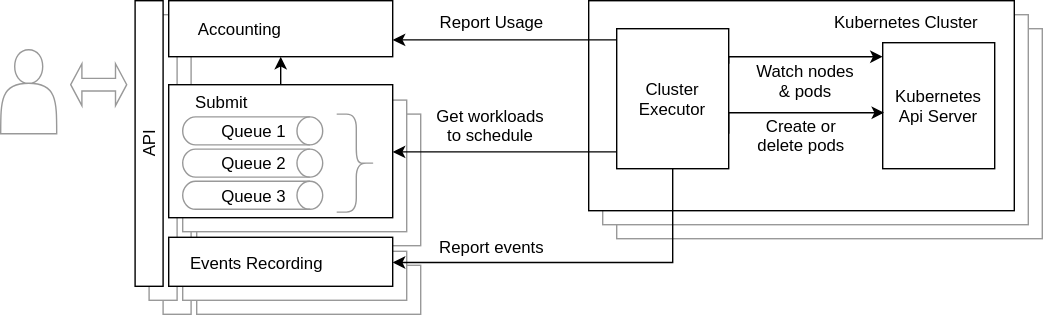
Above: docs/batch-api.svg in armadaproject/armada (draw.io), before the change. Source tidied: cells renumbered, new cells last; positions are measured from the earlier drawing's top-left corner, leaving out a move shared by most shapes. The source it was exported from:
```xml
<mxGraphModel>
  <root>
    <mxCell id="0" />
    <mxCell id="1" parent="0" />
    <mxCell id="2" style="rounded=0;whiteSpace=wrap;html=1;rotation=-90;strokeColor=#999999;" parent="1" vertex="1">
      <mxGeometry x="24" y="112" width="204" height="20" as="geometry" />
    </mxCell>
    <mxCell id="3" style="rounded=0;whiteSpace=wrap;html=1;rotation=-90;strokeColor=#999999;" parent="1" vertex="1">
      <mxGeometry x="14" y="102" width="204" height="20" as="geometry" />
    </mxCell>
    <mxCell id="4" style="rounded=0;whiteSpace=wrap;html=1;strokeColor=#999999;" parent="1" vertex="1">
      <mxGeometry x="140" y="189" width="160" height="35" as="geometry" />
    </mxCell>
    <mxCell id="5" style="rounded=0;whiteSpace=wrap;html=1;strokeColor=#999999;" parent="1" vertex="1">
      <mxGeometry x="130" y="179" width="160" height="35" as="geometry" />
    </mxCell>
    <mxCell id="6" style="rounded=0;whiteSpace=wrap;html=1;strokeColor=#999999;" parent="1" vertex="1">
      <mxGeometry x="140" y="81" width="160" height="94" as="geometry" />
    </mxCell>
    <mxCell id="7" style="rounded=0;whiteSpace=wrap;html=1;strokeColor=#999999;" parent="1" vertex="1">
      <mxGeometry x="130" y="71" width="160" height="94" as="geometry" />
    </mxCell>
    <mxCell id="8" style="rounded=0;whiteSpace=wrap;html=1;" parent="1" vertex="1">
      <mxGeometry x="120" width="160" height="40" as="geometry" />
    </mxCell>
    <mxCell id="9" style="rounded=0;whiteSpace=wrap;html=1;strokeColor=#999999;" parent="1" vertex="1">
      <mxGeometry x="440" y="20" width="304" height="150" as="geometry" />
    </mxCell>
    <mxCell id="10" style="rounded=0;whiteSpace=wrap;html=1;strokeColor=#999999;" parent="1" vertex="1">
      <mxGeometry x="430" y="10" width="304" height="150" as="geometry" />
    </mxCell>
    <mxCell id="11" style="rounded=0;whiteSpace=wrap;html=1;" parent="1" vertex="1">
      <mxGeometry x="420" width="304" height="150" as="geometry" />
    </mxCell>
    <mxCell id="12" style="edgeStyle=orthogonalEdgeStyle;rounded=0;jettySize=auto;html=1;exitX=0.5;exitY=0;exitDx=0;exitDy=0;entryX=0.5;entryY=1;entryDx=0;entryDy=0;" parent="1" edge="1" source="13" target="8">
      <mxGeometry relative="1" as="geometry" />
    </mxCell>
    <mxCell id="13" style="rounded=0;whiteSpace=wrap;html=1;" parent="1" vertex="1">
      <mxGeometry x="120" y="60" width="160" height="95" as="geometry" />
    </mxCell>
    <mxCell id="14" value="Submit" style="text;html=1;strokeColor=none;fillColor=none;align=center;verticalAlign=middle;whiteSpace=wrap;rounded=0;" parent="1" vertex="1">
      <mxGeometry x="128" y="62" width="60" height="20" as="geometry" />
    </mxCell>
    <mxCell id="15" value="Kubernetes Api Server" style="rounded=0;whiteSpace=wrap;html=1;" parent="1" vertex="1">
      <mxGeometry x="630" y="30" width="80" height="90" as="geometry" />
    </mxCell>
    <mxCell id="16" style="edgeStyle=orthogonalEdgeStyle;rounded=0;jettySize=auto;html=1;exitX=1;exitY=0.75;exitDx=0;exitDy=0;" parent="1" edge="1" source="32">
      <mxGeometry relative="1" as="geometry">
        <mxPoint x="631" y="80" as="targetPoint" />
        <Array as="points">
          <mxPoint x="520" y="80" />
        </Array>
      </mxGeometry>
    </mxCell>
    <mxCell id="17" value="Kubernetes Cluster" style="text;html=1;strokeColor=none;fillColor=none;align=center;verticalAlign=middle;whiteSpace=wrap;rounded=0;" parent="1" vertex="1">
      <mxGeometry x="582" y="5" width="128" height="20" as="geometry" />
    </mxCell>
    <mxCell id="18" value="Queue 1" style="strokeWidth=1;html=1;shape=mxgraph.flowchart.direct_data;whiteSpace=wrap;strokeColor=#999999;" parent="1" vertex="1">
      <mxGeometry x="130" y="83" width="100" height="20" as="geometry" />
    </mxCell>
    <mxCell id="19" value="Queue 2" style="strokeWidth=1;html=1;shape=mxgraph.flowchart.direct_data;whiteSpace=wrap;strokeColor=#999999;" parent="1" vertex="1">
      <mxGeometry x="130" y="106" width="100" height="20" as="geometry" />
    </mxCell>
    <mxCell id="20" value="Queue 3" style="strokeWidth=1;html=1;shape=mxgraph.flowchart.direct_data;whiteSpace=wrap;strokeColor=#999999;" parent="1" vertex="1">
      <mxGeometry x="130" y="129" width="100" height="20" as="geometry" />
    </mxCell>
    <mxCell id="21" style="shape=curlyBracket;whiteSpace=wrap;html=1;rounded=1;strokeColor=#999999;strokeWidth=1;rotation=180;" parent="1" vertex="1">
      <mxGeometry x="240" y="81" width="28" height="70" as="geometry" />
    </mxCell>
    <mxCell id="22" value="Accounting" style="text;html=1;strokeColor=none;fillColor=none;align=center;verticalAlign=middle;whiteSpace=wrap;rounded=0;" parent="1" vertex="1">
      <mxGeometry x="131" y="10" width="80" height="20" as="geometry" />
    </mxCell>
    <mxCell id="23" value="Watch nodes &amp;amp; pods" style="text;html=1;strokeColor=none;fillColor=none;align=center;verticalAlign=middle;whiteSpace=wrap;rounded=0;" parent="1" vertex="1">
      <mxGeometry x="535" y="46.5" width="80" height="20" as="geometry" />
    </mxCell>
    <mxCell id="24" value="Create or delete pods" style="text;html=1;strokeColor=none;fillColor=none;align=center;verticalAlign=middle;whiteSpace=wrap;rounded=0;" parent="1" vertex="1">
      <mxGeometry x="532" y="85" width="80" height="22" as="geometry" />
    </mxCell>
    <mxCell id="25" value="Get workloads to schedule" style="text;html=1;strokeColor=none;fillColor=none;align=center;verticalAlign=middle;whiteSpace=wrap;rounded=0;" parent="1" vertex="1">
      <mxGeometry x="310" y="82.5" width="80" height="13" as="geometry" />
    </mxCell>
    <mxCell id="26" style="shape=actor;whiteSpace=wrap;html=1;strokeColor=#999999;strokeWidth=1;" parent="1" vertex="1">
      <mxGeometry y="35" width="40" height="60" as="geometry" />
    </mxCell>
    <mxCell id="27" style="shape=doubleArrow;whiteSpace=wrap;html=1;strokeColor=#999999;strokeWidth=1;" parent="1" vertex="1">
      <mxGeometry x="50" y="45" width="40" height="30" as="geometry" />
    </mxCell>
    <mxCell id="28" style="edgeStyle=orthogonalEdgeStyle;rounded=0;jettySize=auto;html=1;exitX=0;exitY=0.75;exitDx=0;exitDy=0;" parent="1" edge="1" source="32" target="13">
      <mxGeometry relative="1" as="geometry">
        <Array as="points">
          <mxPoint x="440" y="108" />
        </Array>
      </mxGeometry>
    </mxCell>
    <mxCell id="29" style="edgeStyle=orthogonalEdgeStyle;rounded=0;jettySize=auto;html=1;exitX=0.5;exitY=1;exitDx=0;exitDy=0;entryX=1;entryY=0.5;entryDx=0;entryDy=0;" parent="1" edge="1" source="32" target="34">
      <mxGeometry relative="1" as="geometry" />
    </mxCell>
    <mxCell id="30" style="edgeStyle=orthogonalEdgeStyle;rounded=0;jettySize=auto;html=1;exitX=0;exitY=0.25;exitDx=0;exitDy=0;" parent="1" edge="1" source="32">
      <mxGeometry relative="1" as="geometry">
        <mxPoint x="280" y="28" as="targetPoint" />
        <Array as="points">
          <mxPoint x="440" y="28" />
          <mxPoint x="280" y="28" />
        </Array>
      </mxGeometry>
    </mxCell>
    <mxCell id="31" style="edgeStyle=orthogonalEdgeStyle;rounded=0;jettySize=auto;html=1;exitX=1;exitY=0.25;exitDx=0;exitDy=0;" parent="1" edge="1" source="32">
      <mxGeometry relative="1" as="geometry">
        <mxPoint x="630" y="40" as="targetPoint" />
        <Array as="points">
          <mxPoint x="520" y="40" />
          <mxPoint x="630" y="40" />
        </Array>
      </mxGeometry>
    </mxCell>
    <mxCell id="32" value="Cluster Executor" style="rounded=0;whiteSpace=wrap;html=1;" parent="1" vertex="1">
      <mxGeometry x="440" y="20" width="80" height="100" as="geometry" />
    </mxCell>
    <mxCell id="33" value="API" style="rounded=0;whiteSpace=wrap;html=1;rotation=-90;" parent="1" vertex="1">
      <mxGeometry x="4" y="92" width="204" height="20" as="geometry" />
    </mxCell>
    <mxCell id="34" style="rounded=0;whiteSpace=wrap;html=1;" parent="1" vertex="1">
      <mxGeometry x="120" y="169" width="160" height="35" as="geometry" />
    </mxCell>
    <mxCell id="35" value="Report events" style="text;html=1;strokeColor=none;fillColor=none;align=center;verticalAlign=middle;whiteSpace=wrap;rounded=0;" parent="1" vertex="1">
      <mxGeometry x="310" y="169.5" width="80" height="13" as="geometry" />
    </mxCell>
    <mxCell id="36" value="Events Recording&lt;br&gt;" style="text;html=1;strokeColor=none;fillColor=none;align=center;verticalAlign=middle;whiteSpace=wrap;rounded=0;" parent="1" vertex="1">
      <mxGeometry x="124" y="177" width="116" height="20" as="geometry" />
    </mxCell>
    <mxCell id="37" value="Report Usage" style="text;html=1;strokeColor=none;fillColor=none;align=center;verticalAlign=middle;whiteSpace=wrap;rounded=0;" parent="1" vertex="1">
      <mxGeometry x="310" y="8" width="80" height="13" as="geometry" />
    </mxCell>
  </root>
</mxGraphModel>
```
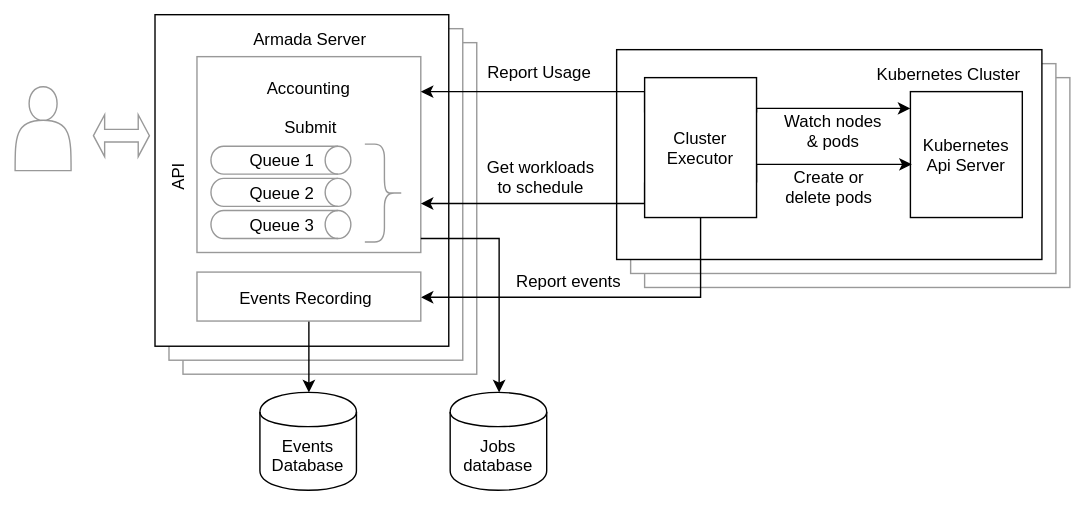
Above is the later version.

Change to the diagram source:
```diff
@@ -2,93 +2,78 @@
   <root>
     <mxCell id="0" />
     <mxCell id="1" parent="0" />
-    <mxCell id="2" style="rounded=0;whiteSpace=wrap;html=1;rotation=-90;strokeColor=#999999;" parent="1" vertex="1">
-      <mxGeometry x="24" y="112" width="204" height="20" as="geometry" />
-    </mxCell>
-    <mxCell id="3" style="rounded=0;whiteSpace=wrap;html=1;rotation=-90;strokeColor=#999999;" parent="1" vertex="1">
-      <mxGeometry x="14" y="102" width="204" height="20" as="geometry" />
-    </mxCell>
-    <mxCell id="4" style="rounded=0;whiteSpace=wrap;html=1;strokeColor=#999999;" parent="1" vertex="1">
-      <mxGeometry x="140" y="189" width="160" height="35" as="geometry" />
-    </mxCell>
-    <mxCell id="5" style="rounded=0;whiteSpace=wrap;html=1;strokeColor=#999999;" parent="1" vertex="1">
-      <mxGeometry x="130" y="179" width="160" height="35" as="geometry" />
-    </mxCell>
-    <mxCell id="6" style="rounded=0;whiteSpace=wrap;html=1;strokeColor=#999999;" parent="1" vertex="1">
-      <mxGeometry x="140" y="81" width="160" height="94" as="geometry" />
-    </mxCell>
-    <mxCell id="7" style="rounded=0;whiteSpace=wrap;html=1;strokeColor=#999999;" parent="1" vertex="1">
-      <mxGeometry x="130" y="71" width="160" height="94" as="geometry" />
-    </mxCell>
-    <mxCell id="8" style="rounded=0;whiteSpace=wrap;html=1;" parent="1" vertex="1">
-      <mxGeometry x="120" width="160" height="40" as="geometry" />
-    </mxCell>
+    <mxCell id="38" style="rounded=0;whiteSpace=wrap;html=1;strokeColor=#999999;" parent="1" vertex="1">
+      <mxGeometry x="100" y="80" width="210" height="237" as="geometry" />
+    </mxCell>
+    <mxCell id="39" style="rounded=0;whiteSpace=wrap;html=1;strokeColor=#999999;" parent="1" vertex="1">
+      <mxGeometry x="90" y="70" width="210" height="237" as="geometry" />
+    </mxCell>
+    <mxCell id="40" style="rounded=0;whiteSpace=wrap;html=1;" parent="1" vertex="1">
+      <mxGeometry x="80" y="60" width="210" height="237" as="geometry" />
+    </mxCell>
     <mxCell id="9" style="rounded=0;whiteSpace=wrap;html=1;strokeColor=#999999;" parent="1" vertex="1">
-      <mxGeometry x="440" y="20" width="304" height="150" as="geometry" />
+      <mxGeometry x="430" y="105" width="304" height="150" as="geometry" />
     </mxCell>
     <mxCell id="10" style="rounded=0;whiteSpace=wrap;html=1;strokeColor=#999999;" parent="1" vertex="1">
-      <mxGeometry x="430" y="10" width="304" height="150" as="geometry" />
+      <mxGeometry x="420" y="95" width="304" height="150" as="geometry" />
     </mxCell>
     <mxCell id="11" style="rounded=0;whiteSpace=wrap;html=1;" parent="1" vertex="1">
-      <mxGeometry x="420" width="304" height="150" as="geometry" />
+      <mxGeometry x="410" y="85" width="304" height="150" as="geometry" />
     </mxCell>
-    <mxCell id="12" style="edgeStyle=orthogonalEdgeStyle;rounded=0;jettySize=auto;html=1;exitX=0.5;exitY=0;exitDx=0;exitDy=0;entryX=0.5;entryY=1;entryDx=0;entryDy=0;" parent="1" edge="1" source="13" target="8">
-      <mxGeometry relative="1" as="geometry" />
-    </mxCell>
-    <mxCell id="13" style="rounded=0;whiteSpace=wrap;html=1;" parent="1" vertex="1">
-      <mxGeometry x="120" y="60" width="160" height="95" as="geometry" />
+    <mxCell id="13" style="rounded=0;whiteSpace=wrap;html=1;strokeColor=#999;" parent="1" vertex="1">
+      <mxGeometry x="110" y="90" width="160" height="140" as="geometry" />
     </mxCell>
-    <mxCell id="14" value="Submit" style="text;html=1;strokeColor=none;fillColor=none;align=center;verticalAlign=middle;whiteSpace=wrap;rounded=0;" parent="1" vertex="1">
-      <mxGeometry x="128" y="62" width="60" height="20" as="geometry" />
+    <mxCell id="14" value="Submit" style="text;html=1;strokeColor=none;fillColor=none;align=center;verticalAlign=middle;whiteSpace=wrap;rounded=0;direction=south;" parent="1" vertex="1">
+      <mxGeometry x="157.5" y="109.5" width="65" height="60" as="geometry" />
     </mxCell>
     <mxCell id="15" value="Kubernetes Api Server" style="rounded=0;whiteSpace=wrap;html=1;" parent="1" vertex="1">
-      <mxGeometry x="630" y="30" width="80" height="90" as="geometry" />
+      <mxGeometry x="620" y="115" width="80" height="90" as="geometry" />
     </mxCell>
     <mxCell id="16" style="edgeStyle=orthogonalEdgeStyle;rounded=0;jettySize=auto;html=1;exitX=1;exitY=0.75;exitDx=0;exitDy=0;" parent="1" edge="1" source="32">
       <mxGeometry relative="1" as="geometry">
-        <mxPoint x="631" y="80" as="targetPoint" />
+        <mxPoint x="621" y="166.5" as="targetPoint" />
         <Array as="points">
-          <mxPoint x="520" y="80" />
+          <mxPoint x="510" y="166.5" />
         </Array>
       </mxGeometry>
     </mxCell>
-    <mxCell id="17" value="Kubernetes Cluster" style="text;html=1;strokeColor=none;fillColor=none;align=center;verticalAlign=middle;whiteSpace=wrap;rounded=0;" parent="1" vertex="1">
-      <mxGeometry x="582" y="5" width="128" height="20" as="geometry" />
+    <mxCell id="17" value="Kubernetes Cluster" style="text;html=1;strokeColor=none;fillColor=none;align=right;verticalAlign=middle;whiteSpace=wrap;rounded=0;" parent="1" vertex="1">
+      <mxGeometry x="530" y="92" width="170" height="20" as="geometry" />
     </mxCell>
     <mxCell id="18" value="Queue 1" style="strokeWidth=1;html=1;shape=mxgraph.flowchart.direct_data;whiteSpace=wrap;strokeColor=#999999;" parent="1" vertex="1">
-      <mxGeometry x="130" y="83" width="100" height="20" as="geometry" />
+      <mxGeometry x="120" y="154" width="100" height="20" as="geometry" />
     </mxCell>
     <mxCell id="19" value="Queue 2" style="strokeWidth=1;html=1;shape=mxgraph.flowchart.direct_data;whiteSpace=wrap;strokeColor=#999999;" parent="1" vertex="1">
-      <mxGeometry x="130" y="106" width="100" height="20" as="geometry" />
+      <mxGeometry x="120" y="177" width="100" height="20" as="geometry" />
     </mxCell>
     <mxCell id="20" value="Queue 3" style="strokeWidth=1;html=1;shape=mxgraph.flowchart.direct_data;whiteSpace=wrap;strokeColor=#999999;" parent="1" vertex="1">
-      <mxGeometry x="130" y="129" width="100" height="20" as="geometry" />
+      <mxGeometry x="120" y="200" width="100" height="20" as="geometry" />
     </mxCell>
     <mxCell id="21" style="shape=curlyBracket;whiteSpace=wrap;html=1;rounded=1;strokeColor=#999999;strokeWidth=1;rotation=180;" parent="1" vertex="1">
-      <mxGeometry x="240" y="81" width="28" height="70" as="geometry" />
+      <mxGeometry x="230" y="152.5" width="28" height="70" as="geometry" />
     </mxCell>
     <mxCell id="22" value="Accounting" style="text;html=1;strokeColor=none;fillColor=none;align=center;verticalAlign=middle;whiteSpace=wrap;rounded=0;" parent="1" vertex="1">
-      <mxGeometry x="131" y="10" width="80" height="20" as="geometry" />
+      <mxGeometry x="145" y="101.5" width="90" height="20" as="geometry" />
     </mxCell>
     <mxCell id="23" value="Watch nodes &amp;amp; pods" style="text;html=1;strokeColor=none;fillColor=none;align=center;verticalAlign=middle;whiteSpace=wrap;rounded=0;" parent="1" vertex="1">
-      <mxGeometry x="535" y="46.5" width="80" height="20" as="geometry" />
+      <mxGeometry x="525" y="133" width="80" height="20" as="geometry" />
     </mxCell>
     <mxCell id="24" value="Create or delete pods" style="text;html=1;strokeColor=none;fillColor=none;align=center;verticalAlign=middle;whiteSpace=wrap;rounded=0;" parent="1" vertex="1">
-      <mxGeometry x="532" y="85" width="80" height="22" as="geometry" />
+      <mxGeometry x="522" y="171.5" width="80" height="22" as="geometry" />
     </mxCell>
     <mxCell id="25" value="Get workloads to schedule" style="text;html=1;strokeColor=none;fillColor=none;align=center;verticalAlign=middle;whiteSpace=wrap;rounded=0;" parent="1" vertex="1">
-      <mxGeometry x="310" y="82.5" width="80" height="13" as="geometry" />
+      <mxGeometry x="316" y="169" width="80" height="13" as="geometry" />
     </mxCell>
     <mxCell id="26" style="shape=actor;whiteSpace=wrap;html=1;strokeColor=#999999;strokeWidth=1;" parent="1" vertex="1">
-      <mxGeometry y="35" width="40" height="60" as="geometry" />
+      <mxGeometry x="-20" y="111.5" width="40" height="60" as="geometry" />
     </mxCell>
     <mxCell id="27" style="shape=doubleArrow;whiteSpace=wrap;html=1;strokeColor=#999999;strokeWidth=1;" parent="1" vertex="1">
-      <mxGeometry x="50" y="45" width="40" height="30" as="geometry" />
+      <mxGeometry x="36" y="131.5" width="40" height="30" as="geometry" />
     </mxCell>
     <mxCell id="28" style="edgeStyle=orthogonalEdgeStyle;rounded=0;jettySize=auto;html=1;exitX=0;exitY=0.75;exitDx=0;exitDy=0;" parent="1" edge="1" source="32" target="13">
       <mxGeometry relative="1" as="geometry">
         <Array as="points">
-          <mxPoint x="440" y="108" />
+          <mxPoint x="430" y="194.5" />
         </Array>
       </mxGeometry>
     </mxCell>
@@ -97,39 +82,58 @@
     </mxCell>
     <mxCell id="30" style="edgeStyle=orthogonalEdgeStyle;rounded=0;jettySize=auto;html=1;exitX=0;exitY=0.25;exitDx=0;exitDy=0;" parent="1" edge="1" source="32">
       <mxGeometry relative="1" as="geometry">
-        <mxPoint x="280" y="28" as="targetPoint" />
+        <mxPoint x="270" y="114.5" as="targetPoint" />
         <Array as="points">
-          <mxPoint x="440" y="28" />
-          <mxPoint x="280" y="28" />
+          <mxPoint x="430" y="114.5" />
+          <mxPoint x="270" y="114.5" />
         </Array>
       </mxGeometry>
     </mxCell>
     <mxCell id="31" style="edgeStyle=orthogonalEdgeStyle;rounded=0;jettySize=auto;html=1;exitX=1;exitY=0.25;exitDx=0;exitDy=0;" parent="1" edge="1" source="32">
       <mxGeometry relative="1" as="geometry">
-        <mxPoint x="630" y="40" as="targetPoint" />
+        <mxPoint x="620" y="126.5" as="targetPoint" />
         <Array as="points">
-          <mxPoint x="520" y="40" />
-          <mxPoint x="630" y="40" />
+          <mxPoint x="510" y="126.5" />
+          <mxPoint x="620" y="126.5" />
         </Array>
       </mxGeometry>
     </mxCell>
     <mxCell id="32" value="Cluster Executor" style="rounded=0;whiteSpace=wrap;html=1;" parent="1" vertex="1">
-      <mxGeometry x="440" y="20" width="80" height="100" as="geometry" />
+      <mxGeometry x="430" y="105" width="80" height="100" as="geometry" />
     </mxCell>
-    <mxCell id="33" value="API" style="rounded=0;whiteSpace=wrap;html=1;rotation=-90;" parent="1" vertex="1">
-      <mxGeometry x="4" y="92" width="204" height="20" as="geometry" />
+    <mxCell id="33" value="API" style="rounded=0;whiteSpace=wrap;html=1;rotation=-90;strokeColor=none;" parent="1" vertex="1">
+      <mxGeometry x="7" y="165.5" width="178" height="20" as="geometry" />
     </mxCell>
+    <mxCell id="41" style="edgeStyle=orthogonalEdgeStyle;rounded=0;jettySize=auto;html=1;exitX=0.5;exitY=1;exitDx=0;exitDy=0;entryX=0.5;entryY=0;entryDx=0;entryDy=0;" parent="1" edge="1" source="34" target="42">
+      <mxGeometry relative="1" as="geometry" />
+    </mxCell>
-    <mxCell id="34" style="rounded=0;whiteSpace=wrap;html=1;" parent="1" vertex="1">
-      <mxGeometry x="120" y="169" width="160" height="35" as="geometry" />
+    <mxCell id="34" style="rounded=0;whiteSpace=wrap;html=1;strokeColor=#999;" parent="1" vertex="1">
+      <mxGeometry x="110" y="244" width="160" height="35" as="geometry" />
     </mxCell>
     <mxCell id="35" value="Report events" style="text;html=1;strokeColor=none;fillColor=none;align=center;verticalAlign=middle;whiteSpace=wrap;rounded=0;" parent="1" vertex="1">
-      <mxGeometry x="310" y="169.5" width="80" height="13" as="geometry" />
+      <mxGeometry x="334.5" y="243.5" width="80" height="13" as="geometry" />
     </mxCell>
     <mxCell id="36" value="Events Recording&lt;br&gt;" style="text;html=1;strokeColor=none;fillColor=none;align=center;verticalAlign=middle;whiteSpace=wrap;rounded=0;" parent="1" vertex="1">
-      <mxGeometry x="124" y="177" width="116" height="20" as="geometry" />
+      <mxGeometry x="114" y="252" width="146" height="20" as="geometry" />
     </mxCell>
     <mxCell id="37" value="Report Usage" style="text;html=1;strokeColor=none;fillColor=none;align=center;verticalAlign=middle;whiteSpace=wrap;rounded=0;" parent="1" vertex="1">
-      <mxGeometry x="310" y="8" width="80" height="13" as="geometry" />
+      <mxGeometry x="314" y="94.5" width="80" height="13" as="geometry" />
     </mxCell>
+    <mxCell id="42" value="Events Database" style="shape=cylinder;whiteSpace=wrap;html=1;boundedLbl=1;backgroundOutline=1;" parent="1" vertex="1">
+      <mxGeometry x="155" y="330" width="69" height="70" as="geometry" />
+    </mxCell>
+    <mxCell id="43" value="Jobs database" style="shape=cylinder;whiteSpace=wrap;html=1;boundedLbl=1;backgroundOutline=1;" parent="1" vertex="1">
+      <mxGeometry x="291" y="330" width="69" height="70" as="geometry" />
+    </mxCell>
+    <mxCell id="44" value="Armada Server" style="text;html=1;strokeColor=none;fillColor=none;align=center;verticalAlign=middle;whiteSpace=wrap;rounded=0;" parent="1" vertex="1">
+      <mxGeometry x="145" y="66.5" width="90" height="20" as="geometry" />
+    </mxCell>
+    <mxCell id="45" style="edgeStyle=orthogonalEdgeStyle;rounded=0;jettySize=auto;html=1;entryX=0.5;entryY=0;entryDx=0;entryDy=0;" parent="1" edge="1" source="13" target="43">
+      <mxGeometry relative="1" as="geometry">
+        <Array as="points">
+          <mxPoint x="326" y="220" />
+        </Array>
+      </mxGeometry>
+    </mxCell>
   </root>
 </mxGraphModel>
```
